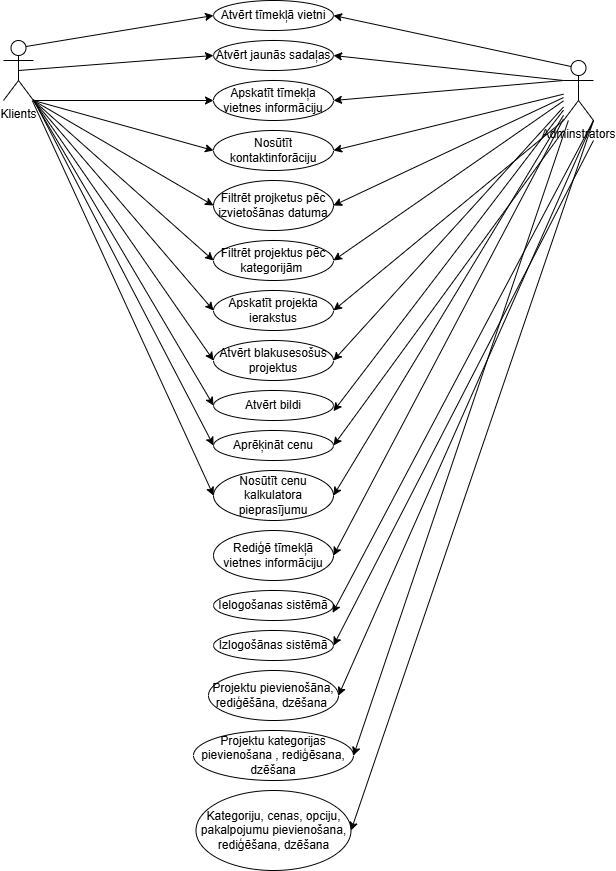
Earlier version of the draw.io export Bizjuks_UseCase.drawio.png (maks1k3/PT_Eksamens). Source tidied: cells renumbered, new cells last; positions are measured from the earlier drawing's top-left corner, leaving out a move shared by most shapes. Its diagram source:
```xml
<mxGraphModel>
  <root>
    <mxCell id="0" />
    <mxCell id="1" parent="0" />
    <mxCell id="2" value="Klients" style="shape=umlActor;verticalLabelPosition=bottom;verticalAlign=top;html=1;outlineConnect=0;" parent="1" vertex="1">
      <mxGeometry y="40" width="30" height="60" as="geometry" />
    </mxCell>
    <mxCell id="3" value="Adminstrators" style="shape=umlActor;verticalLabelPosition=bottom;verticalAlign=top;html=1;outlineConnect=0;" parent="1" vertex="1">
      <mxGeometry x="560" y="60" width="30" height="60" as="geometry" />
    </mxCell>
    <mxCell id="4" value="Atvērt tīmekļā vietni" style="ellipse;whiteSpace=wrap;html=1;" parent="1" vertex="1">
      <mxGeometry x="210" width="120" height="30" as="geometry" />
    </mxCell>
    <mxCell id="5" value="Atvērt jaunās sadaļas" style="ellipse;whiteSpace=wrap;html=1;" parent="1" vertex="1">
      <mxGeometry x="210" y="40" width="120" height="30" as="geometry" />
    </mxCell>
    <mxCell id="6" value="Apskatīt tīmekļa vietnes informāciju" style="ellipse;whiteSpace=wrap;html=1;" parent="1" vertex="1">
      <mxGeometry x="210" y="80" width="120" height="40" as="geometry" />
    </mxCell>
    <mxCell id="7" value="Nosūtīt kontaktinforāciju" style="ellipse;whiteSpace=wrap;html=1;" parent="1" vertex="1">
      <mxGeometry x="210" y="130" width="120" height="40" as="geometry" />
    </mxCell>
    <mxCell id="8" value="Filtrēt projketus pēc izvietošānas datuma" style="ellipse;whiteSpace=wrap;html=1;" parent="1" vertex="1">
      <mxGeometry x="210" y="180" width="120" height="50" as="geometry" />
    </mxCell>
    <mxCell id="9" value="Filtrēt projektus pēc kategorijām&amp;nbsp;" style="ellipse;whiteSpace=wrap;html=1;" parent="1" vertex="1">
      <mxGeometry x="210" y="240" width="120" height="40" as="geometry" />
    </mxCell>
    <mxCell id="10" value="Apskatīt projekta ierakstus" style="ellipse;whiteSpace=wrap;html=1;" parent="1" vertex="1">
      <mxGeometry x="210" y="290" width="120" height="40" as="geometry" />
    </mxCell>
    <mxCell id="11" value="Atvērt blakusesošus projektus" style="ellipse;whiteSpace=wrap;html=1;" parent="1" vertex="1">
      <mxGeometry x="210" y="340" width="120" height="40" as="geometry" />
    </mxCell>
    <mxCell id="12" value="Atvērt bildi" style="ellipse;whiteSpace=wrap;html=1;" parent="1" vertex="1">
      <mxGeometry x="210" y="390" width="120" height="30" as="geometry" />
    </mxCell>
    <mxCell id="13" value="Aprēķināt cenu" style="ellipse;whiteSpace=wrap;html=1;" parent="1" vertex="1">
      <mxGeometry x="210" y="430" width="120" height="30" as="geometry" />
    </mxCell>
    <mxCell id="14" value="Nosūtīt cenu kalkulatora pieprasījumu" style="ellipse;whiteSpace=wrap;html=1;" parent="1" vertex="1">
      <mxGeometry x="210" y="470" width="120" height="50" as="geometry" />
    </mxCell>
    <mxCell id="15" value="Rediģē tīmekļā vietnes informāciju" style="ellipse;whiteSpace=wrap;html=1;" parent="1" vertex="1">
      <mxGeometry x="210" y="530" width="120" height="50" as="geometry" />
    </mxCell>
    <mxCell id="16" value="Ielogošanas sistēmā" style="ellipse;whiteSpace=wrap;html=1;" parent="1" vertex="1">
      <mxGeometry x="210" y="590" width="120" height="30" as="geometry" />
    </mxCell>
    <mxCell id="17" value="Izlogošānas sistēmā" style="ellipse;whiteSpace=wrap;html=1;" parent="1" vertex="1">
      <mxGeometry x="210" y="630" width="120" height="30" as="geometry" />
    </mxCell>
    <mxCell id="18" value="Projektu pievienošāna, rediģēšāna, dzēšana&amp;nbsp;" style="ellipse;whiteSpace=wrap;html=1;" parent="1" vertex="1">
      <mxGeometry x="205" y="670" width="130" height="50" as="geometry" />
    </mxCell>
    <mxCell id="19" value="Kategoriju, cenas, opciju, pakalpojumu pievienošana, rediģēšana, dzēšana" style="ellipse;whiteSpace=wrap;html=1;" parent="1" vertex="1">
      <mxGeometry x="192.5" y="790" width="155" height="80" as="geometry" />
    </mxCell>
    <mxCell id="20" value="Projektu kategorijas pievienošana , rediģēsana, dzēšana" style="ellipse;whiteSpace=wrap;html=1;" parent="1" vertex="1">
      <mxGeometry x="190" y="730" width="160" height="50" as="geometry" />
    </mxCell>
    <mxCell id="21" style="endArrow=classic;html=1;rounded=0;entryX=1;entryY=0.5;entryDx=0;entryDy=0;exitX=0.25;exitY=0.1;exitDx=0;exitDy=0;exitPerimeter=0;" parent="1" edge="1" source="3" target="4">
      <mxGeometry relative="1" as="geometry" />
    </mxCell>
    <mxCell id="22" style="endArrow=classic;html=1;rounded=0;entryX=1;entryY=0.5;entryDx=0;entryDy=0;exitX=0;exitY=0.3333333333333333;exitDx=0;exitDy=0;exitPerimeter=0;" parent="1" edge="1" source="3" target="5">
      <mxGeometry relative="1" as="geometry" />
    </mxCell>
    <mxCell id="23" style="endArrow=classic;html=1;rounded=0;entryX=1;entryY=0.5;entryDx=0;entryDy=0;exitX=0;exitY=0.3333333333333333;exitDx=0;exitDy=0;exitPerimeter=0;" parent="1" edge="1" source="3" target="6">
      <mxGeometry relative="1" as="geometry" />
    </mxCell>
    <mxCell id="24" style="endArrow=classic;html=1;rounded=0;entryX=1;entryY=0.5;entryDx=0;entryDy=0;" parent="1" edge="1" source="3" target="7">
      <mxGeometry relative="1" as="geometry" />
    </mxCell>
    <mxCell id="25" style="endArrow=classic;html=1;rounded=0;entryX=1;entryY=0.5;entryDx=0;entryDy=0;" parent="1" edge="1" source="3" target="8">
      <mxGeometry relative="1" as="geometry" />
    </mxCell>
    <mxCell id="26" style="endArrow=classic;html=1;rounded=0;entryX=1;entryY=0.5;entryDx=0;entryDy=0;" parent="1" edge="1" source="3" target="9">
      <mxGeometry relative="1" as="geometry" />
    </mxCell>
    <mxCell id="27" style="endArrow=classic;html=1;rounded=0;entryX=1;entryY=0.5;entryDx=0;entryDy=0;exitX=0;exitY=1;exitDx=0;exitDy=0;exitPerimeter=0;" parent="1" edge="1" source="3" target="10">
      <mxGeometry relative="1" as="geometry" />
    </mxCell>
    <mxCell id="28" style="endArrow=classic;html=1;rounded=0;entryX=1;entryY=0.5;entryDx=0;entryDy=0;" parent="1" edge="1" source="3" target="11">
      <mxGeometry relative="1" as="geometry" />
    </mxCell>
    <mxCell id="29" style="endArrow=classic;html=1;rounded=0;" parent="1" edge="1" source="3">
      <mxGeometry relative="1" as="geometry">
        <mxPoint x="330" y="410.7" as="targetPoint" />
      </mxGeometry>
    </mxCell>
    <mxCell id="30" style="endArrow=classic;html=1;rounded=0;entryX=1;entryY=0.5;entryDx=0;entryDy=0;" parent="1" edge="1" target="13">
      <mxGeometry relative="1" as="geometry">
        <mxPoint x="560" y="130" as="sourcePoint" />
      </mxGeometry>
    </mxCell>
    <mxCell id="31" style="endArrow=classic;html=1;rounded=0;entryX=1;entryY=0.5;entryDx=0;entryDy=0;" parent="1" edge="1" source="3" target="14">
      <mxGeometry relative="1" as="geometry" />
    </mxCell>
    <mxCell id="32" style="endArrow=classic;html=1;rounded=0;entryX=1;entryY=0.5;entryDx=0;entryDy=0;" parent="1" edge="1" source="3" target="15">
      <mxGeometry relative="1" as="geometry" />
    </mxCell>
    <mxCell id="33" style="endArrow=classic;html=1;rounded=0;entryX=0.993;entryY=0.745;entryDx=0;entryDy=0;entryPerimeter=0;exitX=1;exitY=1;exitDx=0;exitDy=0;exitPerimeter=0;" parent="1" edge="1" source="3" target="16">
      <mxGeometry relative="1" as="geometry" />
    </mxCell>
    <mxCell id="34" style="endArrow=classic;html=1;rounded=0;entryX=1;entryY=0.5;entryDx=0;entryDy=0;" parent="1" edge="1" target="17">
      <mxGeometry relative="1" as="geometry">
        <mxPoint x="590" y="140" as="sourcePoint" />
      </mxGeometry>
    </mxCell>
    <mxCell id="35" style="endArrow=classic;html=1;rounded=0;entryX=1;entryY=0.5;entryDx=0;entryDy=0;exitX=1;exitY=1;exitDx=0;exitDy=0;exitPerimeter=0;" parent="1" edge="1" source="3" target="18">
      <mxGeometry relative="1" as="geometry" />
    </mxCell>
    <mxCell id="36" style="endArrow=classic;html=1;rounded=0;entryX=1;entryY=0.5;entryDx=0;entryDy=0;" parent="1" edge="1" source="3" target="20">
      <mxGeometry relative="1" as="geometry" />
    </mxCell>
    <mxCell id="37" style="endArrow=classic;html=1;rounded=0;entryX=1;entryY=0.5;entryDx=0;entryDy=0;exitX=1;exitY=1;exitDx=0;exitDy=0;exitPerimeter=0;" parent="1" edge="1" source="3" target="19">
      <mxGeometry relative="1" as="geometry" />
    </mxCell>
    <mxCell id="38" style="endArrow=classic;html=1;rounded=0;entryX=0;entryY=0.5;entryDx=0;entryDy=0;exitX=0.75;exitY=0.1;exitDx=0;exitDy=0;exitPerimeter=0;" parent="1" edge="1" source="2" target="4">
      <mxGeometry relative="1" as="geometry" />
    </mxCell>
    <mxCell id="39" style="endArrow=classic;html=1;rounded=0;entryX=0;entryY=0.5;entryDx=0;entryDy=0;exitX=0.5;exitY=0.5;exitDx=0;exitDy=0;exitPerimeter=0;" parent="1" edge="1" source="2" target="5">
      <mxGeometry relative="1" as="geometry" />
    </mxCell>
    <mxCell id="40" style="endArrow=classic;html=1;rounded=0;entryX=0;entryY=0.5;entryDx=0;entryDy=0;exitX=1;exitY=1;exitDx=0;exitDy=0;exitPerimeter=0;" parent="1" edge="1" source="2" target="6">
      <mxGeometry relative="1" as="geometry" />
    </mxCell>
    <mxCell id="41" style="endArrow=classic;html=1;rounded=0;entryX=0;entryY=0.5;entryDx=0;entryDy=0;" parent="1" edge="1" source="2" target="14">
      <mxGeometry relative="1" as="geometry" />
    </mxCell>
    <mxCell id="42" style="endArrow=classic;html=1;rounded=0;entryX=0;entryY=0.5;entryDx=0;entryDy=0;exitX=1;exitY=1;exitDx=0;exitDy=0;exitPerimeter=0;" parent="1" edge="1" source="2" target="7">
      <mxGeometry relative="1" as="geometry" />
    </mxCell>
    <mxCell id="43" style="endArrow=classic;html=1;rounded=0;entryX=0;entryY=0.5;entryDx=0;entryDy=0;exitX=1;exitY=1;exitDx=0;exitDy=0;exitPerimeter=0;" parent="1" edge="1" source="2" target="8">
      <mxGeometry relative="1" as="geometry" />
    </mxCell>
    <mxCell id="44" style="endArrow=classic;html=1;rounded=0;entryX=0;entryY=0.5;entryDx=0;entryDy=0;exitX=1;exitY=1;exitDx=0;exitDy=0;exitPerimeter=0;" parent="1" edge="1" source="2" target="9">
      <mxGeometry relative="1" as="geometry" />
    </mxCell>
    <mxCell id="45" style="endArrow=classic;html=1;rounded=0;entryX=0;entryY=0.5;entryDx=0;entryDy=0;exitX=1;exitY=1;exitDx=0;exitDy=0;exitPerimeter=0;" parent="1" edge="1" source="2" target="10">
      <mxGeometry relative="1" as="geometry" />
    </mxCell>
    <mxCell id="46" style="endArrow=classic;html=1;rounded=0;entryX=0;entryY=0.5;entryDx=0;entryDy=0;exitX=1;exitY=1;exitDx=0;exitDy=0;exitPerimeter=0;" parent="1" edge="1" source="2" target="11">
      <mxGeometry relative="1" as="geometry" />
    </mxCell>
    <mxCell id="47" style="endArrow=classic;html=1;rounded=0;entryX=0;entryY=0.5;entryDx=0;entryDy=0;exitX=1;exitY=1;exitDx=0;exitDy=0;exitPerimeter=0;" parent="1" edge="1" source="2" target="12">
      <mxGeometry relative="1" as="geometry" />
    </mxCell>
    <mxCell id="48" style="endArrow=classic;html=1;rounded=0;entryX=0;entryY=0.5;entryDx=0;entryDy=0;" parent="1" edge="1" source="2" target="13">
      <mxGeometry relative="1" as="geometry" />
    </mxCell>
  </root>
</mxGraphModel>
```
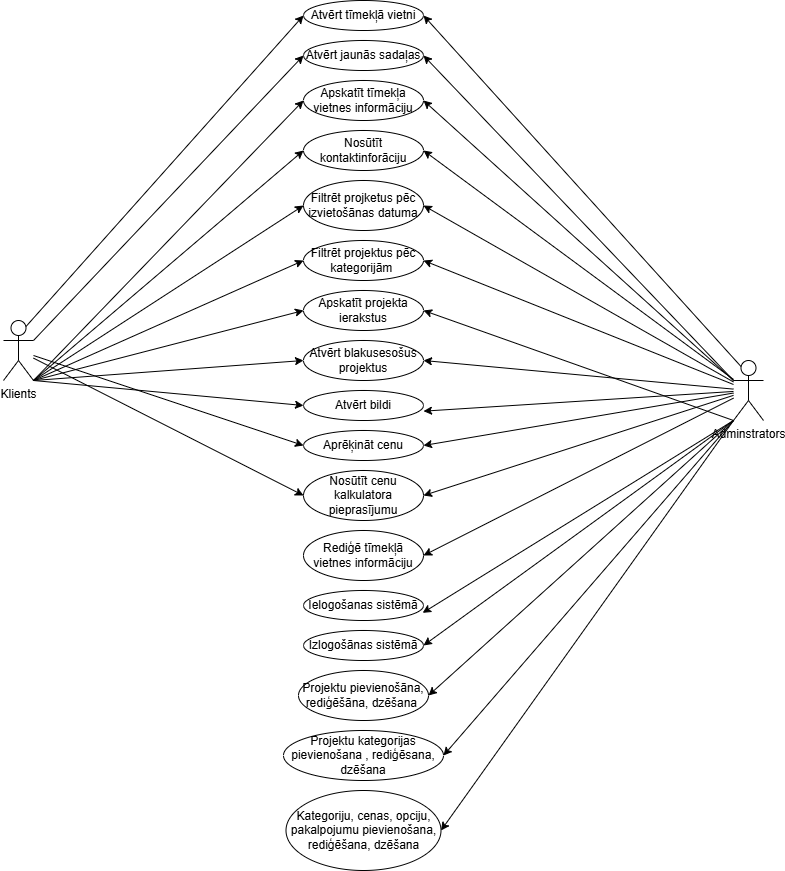
Later version of the same file.

What changed in the source:
```diff
@@ -3,10 +3,10 @@
     <mxCell id="0" />
     <mxCell id="1" parent="0" />
     <mxCell id="2" value="Klients" style="shape=umlActor;verticalLabelPosition=bottom;verticalAlign=top;html=1;outlineConnect=0;" parent="1" vertex="1">
-      <mxGeometry y="40" width="30" height="60" as="geometry" />
+      <mxGeometry x="-90" y="320" width="30" height="60" as="geometry" />
     </mxCell>
     <mxCell id="3" value="Adminstrators" style="shape=umlActor;verticalLabelPosition=bottom;verticalAlign=top;html=1;outlineConnect=0;" parent="1" vertex="1">
-      <mxGeometry x="560" y="60" width="30" height="60" as="geometry" />
+      <mxGeometry x="640" y="360" width="30" height="60" as="geometry" />
     </mxCell>
     <mxCell id="4" value="Atvērt tīmekļā vietni" style="ellipse;whiteSpace=wrap;html=1;" parent="1" vertex="1">
       <mxGeometry x="210" width="120" height="30" as="geometry" />
@@ -88,10 +88,8 @@
         <mxPoint x="330" y="410.7" as="targetPoint" />
       </mxGeometry>
     </mxCell>
-    <mxCell id="30" style="endArrow=classic;html=1;rounded=0;entryX=1;entryY=0.5;entryDx=0;entryDy=0;" parent="1" edge="1" target="13">
-      <mxGeometry relative="1" as="geometry">
-        <mxPoint x="560" y="130" as="sourcePoint" />
-      </mxGeometry>
+    <mxCell id="30" style="endArrow=classic;html=1;rounded=0;entryX=1;entryY=0.5;entryDx=0;entryDy=0;" parent="1" edge="1" source="3" target="13">
+      <mxGeometry relative="1" as="geometry" />
     </mxCell>
     <mxCell id="31" style="endArrow=classic;html=1;rounded=0;entryX=1;entryY=0.5;entryDx=0;entryDy=0;" parent="1" edge="1" source="3" target="14">
       <mxGeometry relative="1" as="geometry" />
@@ -99,27 +97,25 @@
     <mxCell id="32" style="endArrow=classic;html=1;rounded=0;entryX=1;entryY=0.5;entryDx=0;entryDy=0;" parent="1" edge="1" source="3" target="15">
       <mxGeometry relative="1" as="geometry" />
     </mxCell>
-    <mxCell id="33" style="endArrow=classic;html=1;rounded=0;entryX=0.993;entryY=0.745;entryDx=0;entryDy=0;entryPerimeter=0;exitX=1;exitY=1;exitDx=0;exitDy=0;exitPerimeter=0;" parent="1" edge="1" source="3" target="16">
+    <mxCell id="33" style="endArrow=classic;html=1;rounded=0;entryX=0.993;entryY=0.745;entryDx=0;entryDy=0;entryPerimeter=0;exitX=0;exitY=1;exitDx=0;exitDy=0;exitPerimeter=0;" parent="1" edge="1" source="3" target="16">
       <mxGeometry relative="1" as="geometry" />
     </mxCell>
-    <mxCell id="34" style="endArrow=classic;html=1;rounded=0;entryX=1;entryY=0.5;entryDx=0;entryDy=0;" parent="1" edge="1" target="17">
-      <mxGeometry relative="1" as="geometry">
-        <mxPoint x="590" y="140" as="sourcePoint" />
-      </mxGeometry>
+    <mxCell id="34" style="endArrow=classic;html=1;rounded=0;entryX=1;entryY=0.5;entryDx=0;entryDy=0;exitX=0;exitY=1;exitDx=0;exitDy=0;exitPerimeter=0;" parent="1" edge="1" source="3" target="17">
+      <mxGeometry relative="1" as="geometry" />
     </mxCell>
-    <mxCell id="35" style="endArrow=classic;html=1;rounded=0;entryX=1;entryY=0.5;entryDx=0;entryDy=0;exitX=1;exitY=1;exitDx=0;exitDy=0;exitPerimeter=0;" parent="1" edge="1" source="3" target="18">
+    <mxCell id="35" style="endArrow=classic;html=1;rounded=0;entryX=1;entryY=0.5;entryDx=0;entryDy=0;exitX=0;exitY=1;exitDx=0;exitDy=0;exitPerimeter=0;" parent="1" edge="1" source="3" target="18">
       <mxGeometry relative="1" as="geometry" />
     </mxCell>
-    <mxCell id="36" style="endArrow=classic;html=1;rounded=0;entryX=1;entryY=0.5;entryDx=0;entryDy=0;" parent="1" edge="1" source="3" target="20">
+    <mxCell id="36" style="endArrow=classic;html=1;rounded=0;entryX=1;entryY=0.5;entryDx=0;entryDy=0;exitX=0;exitY=1;exitDx=0;exitDy=0;exitPerimeter=0;" parent="1" edge="1" source="3" target="20">
       <mxGeometry relative="1" as="geometry" />
     </mxCell>
-    <mxCell id="37" style="endArrow=classic;html=1;rounded=0;entryX=1;entryY=0.5;entryDx=0;entryDy=0;exitX=1;exitY=1;exitDx=0;exitDy=0;exitPerimeter=0;" parent="1" edge="1" source="3" target="19">
+    <mxCell id="37" style="endArrow=classic;html=1;rounded=0;entryX=1;entryY=0.5;entryDx=0;entryDy=0;exitX=0;exitY=1;exitDx=0;exitDy=0;exitPerimeter=0;" parent="1" edge="1" source="3" target="19">
       <mxGeometry relative="1" as="geometry" />
     </mxCell>
     <mxCell id="38" style="endArrow=classic;html=1;rounded=0;entryX=0;entryY=0.5;entryDx=0;entryDy=0;exitX=0.75;exitY=0.1;exitDx=0;exitDy=0;exitPerimeter=0;" parent="1" edge="1" source="2" target="4">
       <mxGeometry relative="1" as="geometry" />
     </mxCell>
-    <mxCell id="39" style="endArrow=classic;html=1;rounded=0;entryX=0;entryY=0.5;entryDx=0;entryDy=0;exitX=0.5;exitY=0.5;exitDx=0;exitDy=0;exitPerimeter=0;" parent="1" edge="1" source="2" target="5">
+    <mxCell id="39" style="endArrow=classic;html=1;rounded=0;entryX=0;entryY=0.5;entryDx=0;entryDy=0;exitX=1;exitY=0.3333333333333333;exitDx=0;exitDy=0;exitPerimeter=0;" parent="1" edge="1" source="2" target="5">
       <mxGeometry relative="1" as="geometry" />
     </mxCell>
     <mxCell id="40" style="endArrow=classic;html=1;rounded=0;entryX=0;entryY=0.5;entryDx=0;entryDy=0;exitX=1;exitY=1;exitDx=0;exitDy=0;exitPerimeter=0;" parent="1" edge="1" source="2" target="6">
```
